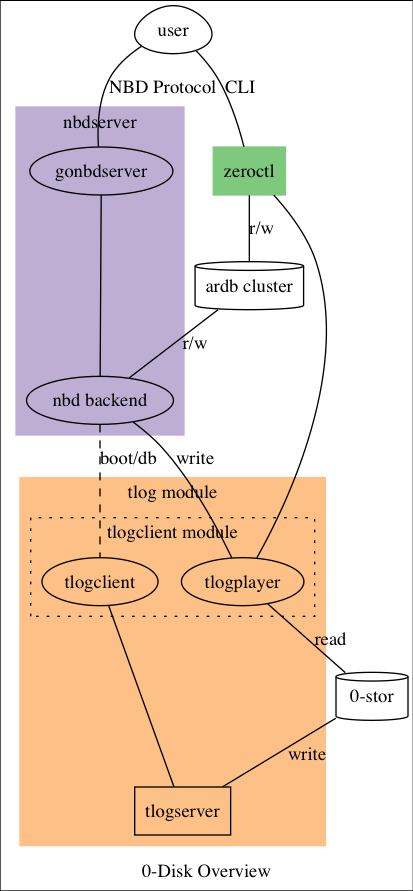
g8os/EFBD keeps this Graphviz diagram as docs/assets/zerodisk_overview.png. Above is the earlier version. Its source is kept beside it as docs/assets/src/zerodisk_overview.dot. Its diagram source:
```dot
graph zerodisk_overview {
  label="0-Disk Overview"
  colorscheme=accent4

  ardb [label="ardb cluster" shape=cylinder]

  user
    [shape=egg colorscheme=accent3]
  zeroctl
    [shape=rectangle colorscheme=accent4
    color=1 style=filled]

  user -- zeroctl [label="CLI"]
  zeroctl -- ardb [label="r/w"]
  ardb -- nbdBackend [label="r/w"]

  zerostor [label="0-stor" shape=cylinder]
  zerostor -- tlogserver [label="write"]

  subgraph clusterTlog {
    color=3
    style=filled
    label="tlog module"

    tlogserver [shape=rectangle]

    subgraph clusterTlogClient {
      style=dotted
      color=transparent
      label="tlogclient module"

      tlogclient
      tlogplayer
    }

    tlogclient -- tlogserver
  }

  subgraph clusterNBD {
    color=2
    style=filled
    label="nbdserver"

    nbdBackend [label="nbd backend"]

    gonbdserver -- nbdBackend
    nbdBackend -- tlogplayer [label="write"]
    nbdBackend -- tlogclient
      [label="boot/db" style="dashed"]
  }

  tlogplayer -- zerostor [label="read"]
  zeroctl -- tlogplayer

  user -- gonbdserver [label="NBD Protocol"]
}
```
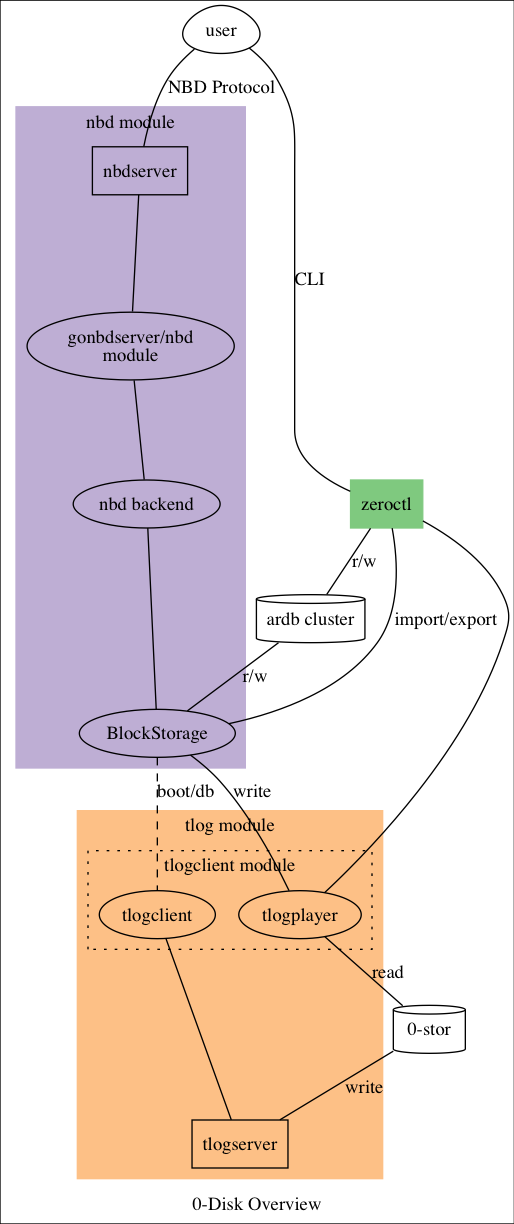
Later version of the same file.

What changed in the source:
```diff
@@ -12,7 +12,7 @@
 
   user -- zeroctl [label="CLI"]
   zeroctl -- ardb [label="r/w"]
-  ardb -- nbdBackend [label="r/w"]
+  ardb -- nbdStorage [label="r/w"]
 
   zerostor [label="0-stor" shape=cylinder]
   zerostor -- tlogserver [label="write"]
@@ -39,18 +39,30 @@
   subgraph clusterNBD {
     color=2
     style=filled
-    label="nbdserver"
+    label="nbd module"
+
+    nbdserver [
+      shape = "rectangle"
+    ]
+
+    gonbdserver [
+      label = "gonbdserver/nbd\nmodule"
+    ]
 
     nbdBackend [label="nbd backend"]
+    nbdStorage [label="BlockStorage"]
 
+    nbdserver -- gonbdserver
+    nbdBackend -- nbdStorage
     gonbdserver -- nbdBackend
-    nbdBackend -- tlogplayer [label="write"]
-    nbdBackend -- tlogclient
+    nbdStorage -- tlogplayer [label="write"]
+    nbdStorage -- tlogclient
       [label="boot/db" style="dashed"]
   }
 
   tlogplayer -- zerostor [label="read"]
   zeroctl -- tlogplayer
+  zeroctl -- nbdStorage [label="import/export"]
 
-  user -- gonbdserver [label="NBD Protocol"]
+  user -- nbdserver [label="NBD Protocol"]
 }
```
